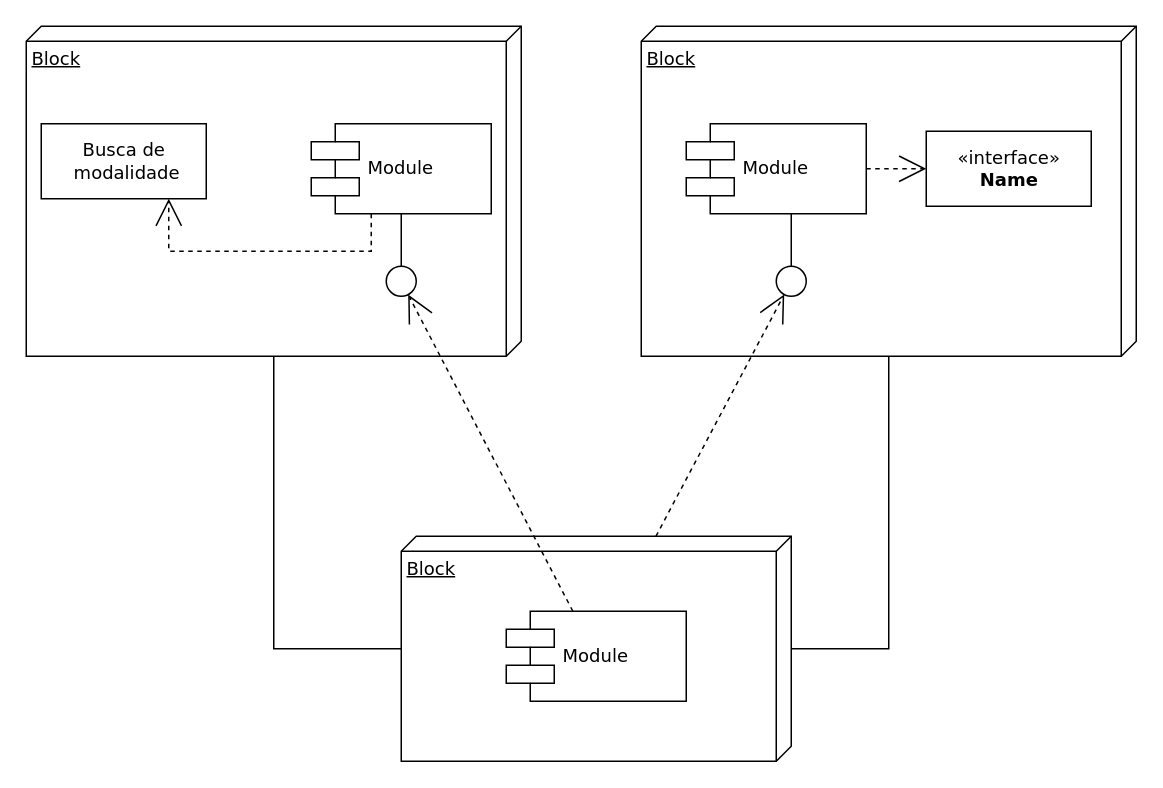
Above: Untitled Diagram.drawio in pmarangon/Grupo-1-PI--Sa-de-e-Bem-Estar (draw.io), before the change. Source tidied: cells renumbered, new cells numbered last; positions are measured from the earlier drawing's top-left corner, leaving out a move shared by most shapes. Both pictures are drawn from the tidied source at 150%, with x=0, y=0 at pixel (26, 26).
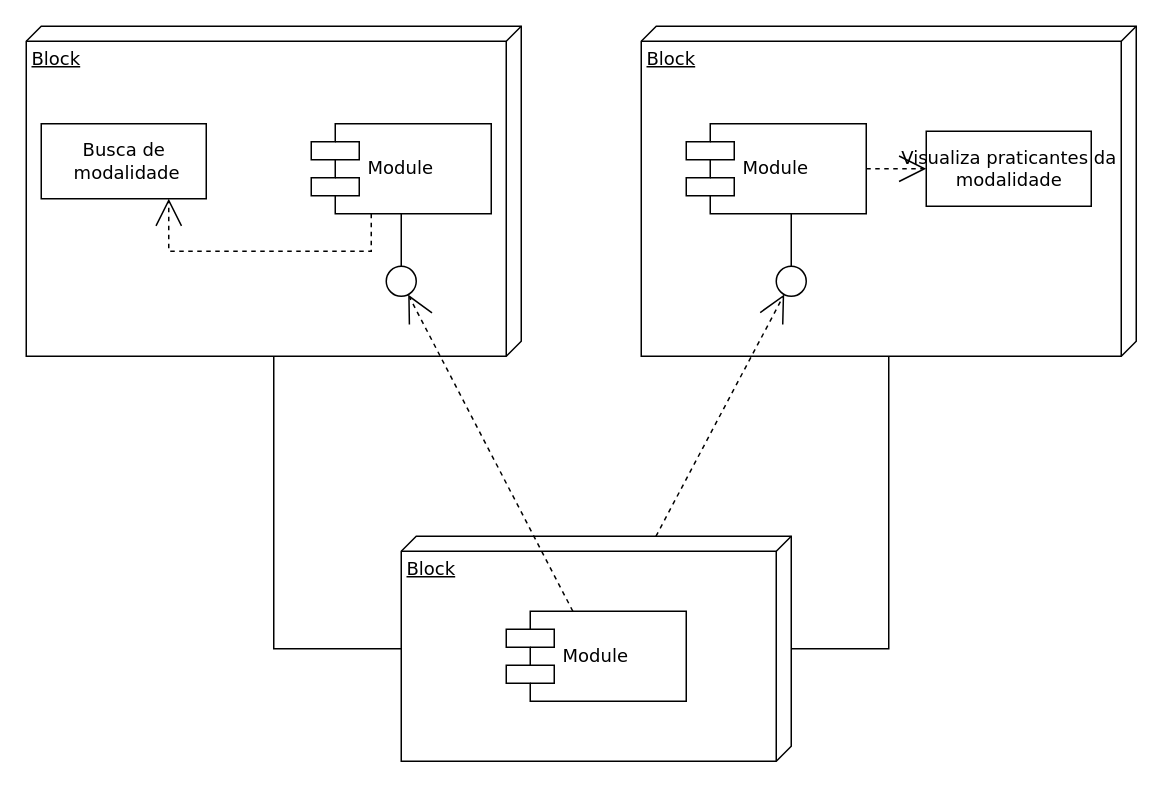
The same diagram, later.

Commit message:
Casos de uso

Change to the diagram source:
```diff
@@
-    <mxCell id="9" value="&amp;laquo;interface&amp;raquo;&lt;br&gt;&lt;b&gt;Name&lt;/b&gt;" style="html=1;rounded=0;shadow=0;comic=0;labelBackgroundColor=none;strokeWidth=1;fontFamily=Verdana;fontSize=12;align=center;" parent="1" vertex="1">
+    <mxCell id="9" value="Visualiza praticantes da &lt;br&gt;modalidade" style="html=1;rounded=0;shadow=0;comic=0;labelBackgroundColor=none;strokeWidth=1;fontFamily=Verdana;fontSize=12;align=center;" parent="1" vertex="1">
       <mxGeometry x="600" y="70" width="110" height="50" as="geometry" />
     </mxCell>
```
